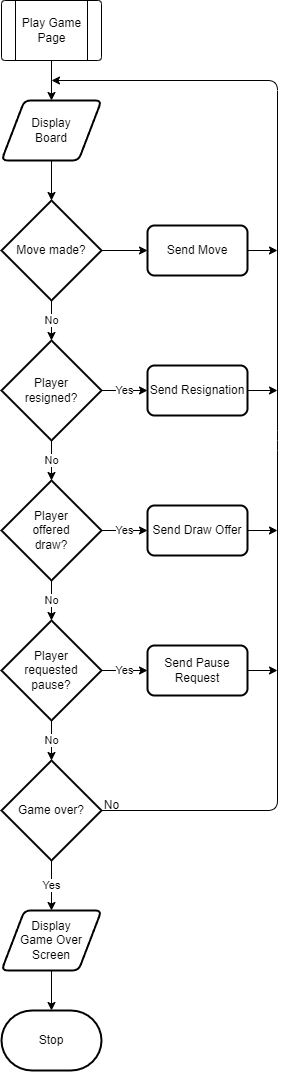
Earlier version of the draw.io export NEA-Final/Writeup/Design/Flowcharts/playgamepage.png (connormcharg/school-work). Source tidied: cells renumbered, new cells last; positions are measured from the earlier drawing's top-left corner, leaving out a move shared by most shapes. Source of this version:
```xml
<mxGraphModel>
  <root>
    <mxCell id="0" />
    <mxCell id="1" parent="0" />
    <mxCell id="2" style="edgeStyle=none;html=1;entryX=0.5;entryY=0;entryDx=0;entryDy=0;" parent="1" edge="1" source="3" target="6">
      <mxGeometry relative="1" as="geometry" />
    </mxCell>
    <mxCell id="3" style="verticalLabelPosition=bottom;verticalAlign=top;html=1;shape=process;whiteSpace=wrap;rounded=1;size=0.14;arcSize=6;" parent="1" vertex="1">
      <mxGeometry width="100" height="60" as="geometry" />
    </mxCell>
    <mxCell id="4" value="Play Game&lt;br&gt;Page" style="text;html=1;align=center;verticalAlign=middle;strokeColor=none;fillColor=none;" parent="1" vertex="1">
      <mxGeometry x="10" y="10" width="80" height="40" as="geometry" />
    </mxCell>
    <mxCell id="5" style="edgeStyle=none;html=1;" parent="1" edge="1" source="6" target="9">
      <mxGeometry relative="1" as="geometry" />
    </mxCell>
    <mxCell id="6" value="Display&lt;br&gt;Board" style="shape=parallelogram;html=1;strokeWidth=2;perimeter=parallelogramPerimeter;whiteSpace=wrap;rounded=1;arcSize=12;size=0.23;" parent="1" vertex="1">
      <mxGeometry y="100" width="100" height="60" as="geometry" />
    </mxCell>
    <mxCell id="7" value="No" style="edgeStyle=none;html=1;" parent="1" edge="1" source="9" target="12">
      <mxGeometry relative="1" as="geometry" />
    </mxCell>
    <mxCell id="8" style="edgeStyle=none;html=1;entryX=0;entryY=0.5;entryDx=0;entryDy=0;" parent="1" edge="1" source="9" target="26">
      <mxGeometry relative="1" as="geometry" />
    </mxCell>
    <mxCell id="9" value="Move made?" style="strokeWidth=2;html=1;shape=mxgraph.flowchart.decision;whiteSpace=wrap;" parent="1" vertex="1">
      <mxGeometry y="200" width="100" height="100" as="geometry" />
    </mxCell>
    <mxCell id="10" value="No" style="edgeStyle=none;html=1;" parent="1" edge="1" source="12" target="15">
      <mxGeometry relative="1" as="geometry" />
    </mxCell>
    <mxCell id="11" value="Yes" style="edgeStyle=none;html=1;entryX=0;entryY=0.5;entryDx=0;entryDy=0;" parent="1" edge="1" source="12" target="24">
      <mxGeometry relative="1" as="geometry" />
    </mxCell>
    <mxCell id="12" value="Player&lt;br&gt;resigned?" style="strokeWidth=2;html=1;shape=mxgraph.flowchart.decision;whiteSpace=wrap;" parent="1" vertex="1">
      <mxGeometry y="340" width="100" height="100" as="geometry" />
    </mxCell>
    <mxCell id="13" value="No" style="edgeStyle=none;html=1;" parent="1" edge="1" source="15" target="18">
      <mxGeometry relative="1" as="geometry" />
    </mxCell>
    <mxCell id="14" value="Yes" style="edgeStyle=none;html=1;entryX=0;entryY=0.5;entryDx=0;entryDy=0;" parent="1" edge="1" source="15" target="22">
      <mxGeometry relative="1" as="geometry" />
    </mxCell>
    <mxCell id="15" value="Player&lt;br&gt;offered&lt;br&gt;draw?" style="strokeWidth=2;html=1;shape=mxgraph.flowchart.decision;whiteSpace=wrap;" parent="1" vertex="1">
      <mxGeometry y="480" width="100" height="100" as="geometry" />
    </mxCell>
    <mxCell id="16" value="Yes" style="edgeStyle=none;html=1;entryX=0;entryY=0.5;entryDx=0;entryDy=0;" parent="1" edge="1" source="18" target="20">
      <mxGeometry relative="1" as="geometry" />
    </mxCell>
    <mxCell id="17" value="No" style="edgeStyle=none;html=1;" parent="1" edge="1" source="18" target="29">
      <mxGeometry relative="1" as="geometry" />
    </mxCell>
    <mxCell id="18" value="Player&lt;br&gt;requested&lt;br&gt;pause?" style="strokeWidth=2;html=1;shape=mxgraph.flowchart.decision;whiteSpace=wrap;" parent="1" vertex="1">
      <mxGeometry y="620" width="100" height="100" as="geometry" />
    </mxCell>
    <mxCell id="19" style="edgeStyle=none;html=1;" parent="1" edge="1" source="20">
      <mxGeometry relative="1" as="geometry">
        <mxPoint x="276" y="670" as="targetPoint" />
      </mxGeometry>
    </mxCell>
    <mxCell id="20" value="Send Pause&lt;br&gt;Request" style="rounded=1;whiteSpace=wrap;html=1;absoluteArcSize=1;arcSize=14;strokeWidth=2;" parent="1" vertex="1">
      <mxGeometry x="146" y="645" width="100" height="50" as="geometry" />
    </mxCell>
    <mxCell id="21" style="edgeStyle=none;html=1;" parent="1" edge="1" source="22">
      <mxGeometry relative="1" as="geometry">
        <mxPoint x="276" y="530" as="targetPoint" />
      </mxGeometry>
    </mxCell>
    <mxCell id="22" value="Send Draw Offer" style="rounded=1;whiteSpace=wrap;html=1;absoluteArcSize=1;arcSize=14;strokeWidth=2;" parent="1" vertex="1">
      <mxGeometry x="146" y="505" width="100" height="50" as="geometry" />
    </mxCell>
    <mxCell id="23" style="edgeStyle=none;html=1;" parent="1" edge="1" source="24">
      <mxGeometry relative="1" as="geometry">
        <mxPoint x="276" y="390" as="targetPoint" />
      </mxGeometry>
    </mxCell>
    <mxCell id="24" value="Send Resignation" style="rounded=1;whiteSpace=wrap;html=1;absoluteArcSize=1;arcSize=14;strokeWidth=2;" parent="1" vertex="1">
      <mxGeometry x="146" y="365" width="100" height="50" as="geometry" />
    </mxCell>
    <mxCell id="25" style="edgeStyle=none;html=1;" parent="1" edge="1" source="26">
      <mxGeometry relative="1" as="geometry">
        <mxPoint x="276" y="250" as="targetPoint" />
      </mxGeometry>
    </mxCell>
    <mxCell id="26" value="Send Move" style="rounded=1;whiteSpace=wrap;html=1;absoluteArcSize=1;arcSize=14;strokeWidth=2;" parent="1" vertex="1">
      <mxGeometry x="146" y="225" width="100" height="50" as="geometry" />
    </mxCell>
    <mxCell id="27" value="Yes" style="edgeStyle=none;html=1;entryX=0.5;entryY=0;entryDx=0;entryDy=0;" parent="1" edge="1" source="29" target="31">
      <mxGeometry relative="1" as="geometry" />
    </mxCell>
    <mxCell id="28" style="edgeStyle=none;html=1;" parent="1" edge="1" source="29">
      <mxGeometry relative="1" as="geometry">
        <mxPoint x="50" y="80" as="targetPoint" />
        <Array as="points">
          <mxPoint x="276" y="810" />
          <mxPoint x="276" y="440" />
          <mxPoint x="276" y="80" />
        </Array>
      </mxGeometry>
    </mxCell>
    <mxCell id="29" value="Game over?" style="strokeWidth=2;html=1;shape=mxgraph.flowchart.decision;whiteSpace=wrap;" parent="1" vertex="1">
      <mxGeometry y="760" width="100" height="100" as="geometry" />
    </mxCell>
    <mxCell id="30" style="edgeStyle=none;html=1;" parent="1" edge="1" source="31" target="32">
      <mxGeometry relative="1" as="geometry" />
    </mxCell>
    <mxCell id="31" value="Display&lt;br&gt;Game Over&lt;br&gt;Screen" style="shape=parallelogram;html=1;strokeWidth=2;perimeter=parallelogramPerimeter;whiteSpace=wrap;rounded=1;arcSize=12;size=0.23;" parent="1" vertex="1">
      <mxGeometry y="910" width="100" height="60" as="geometry" />
    </mxCell>
    <mxCell id="32" value="Stop" style="strokeWidth=2;html=1;shape=mxgraph.flowchart.terminator;whiteSpace=wrap;" parent="1" vertex="1">
      <mxGeometry y="1010" width="100" height="60" as="geometry" />
    </mxCell>
    <mxCell id="33" value="No" style="text;html=1;align=center;verticalAlign=middle;strokeColor=none;fillColor=none;" parent="1" vertex="1">
      <mxGeometry x="90" y="790" width="40" height="30" as="geometry" />
    </mxCell>
  </root>
</mxGraphModel>
```
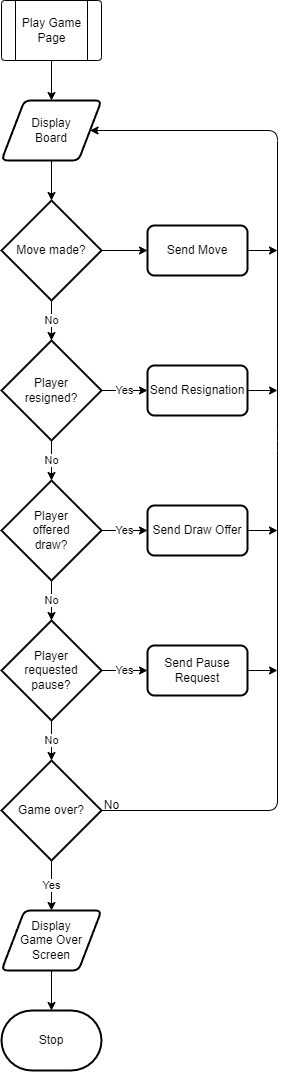
Later version of the same file.

Diff of the diagram source:
```diff
@@ -88,13 +88,12 @@
     <mxCell id="27" value="Yes" style="edgeStyle=none;html=1;entryX=0.5;entryY=0;entryDx=0;entryDy=0;" parent="1" edge="1" source="29" target="31">
       <mxGeometry relative="1" as="geometry" />
     </mxCell>
-    <mxCell id="28" style="edgeStyle=none;html=1;" parent="1" edge="1" source="29">
+    <mxCell id="28" style="edgeStyle=none;html=1;entryX=1;entryY=0.5;entryDx=0;entryDy=0;" parent="1" edge="1" source="29" target="6">
       <mxGeometry relative="1" as="geometry">
-        <mxPoint x="50" y="80" as="targetPoint" />
         <Array as="points">
           <mxPoint x="276" y="810" />
           <mxPoint x="276" y="440" />
-          <mxPoint x="276" y="80" />
+          <mxPoint x="276" y="130" />
         </Array>
       </mxGeometry>
     </mxCell>
```
